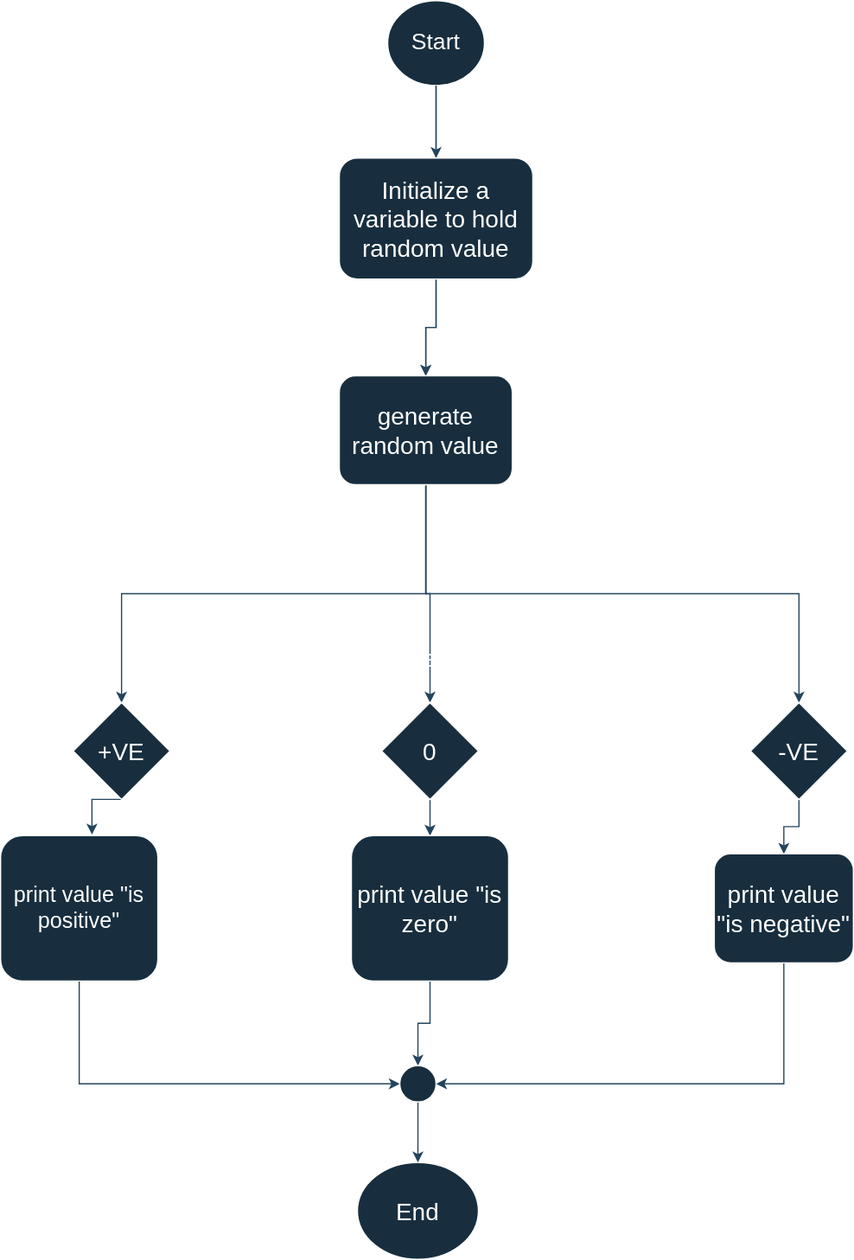
The draw.io diagram 0x01-variables_if_else_while/0-positive_or_negative.drawio.svg in demyMichaels/C-low_level_programming, before a commit. Source tidied: cells renumbered, new cells last; positions are measured from the earlier drawing's top-left corner, leaving out a move shared by most shapes.
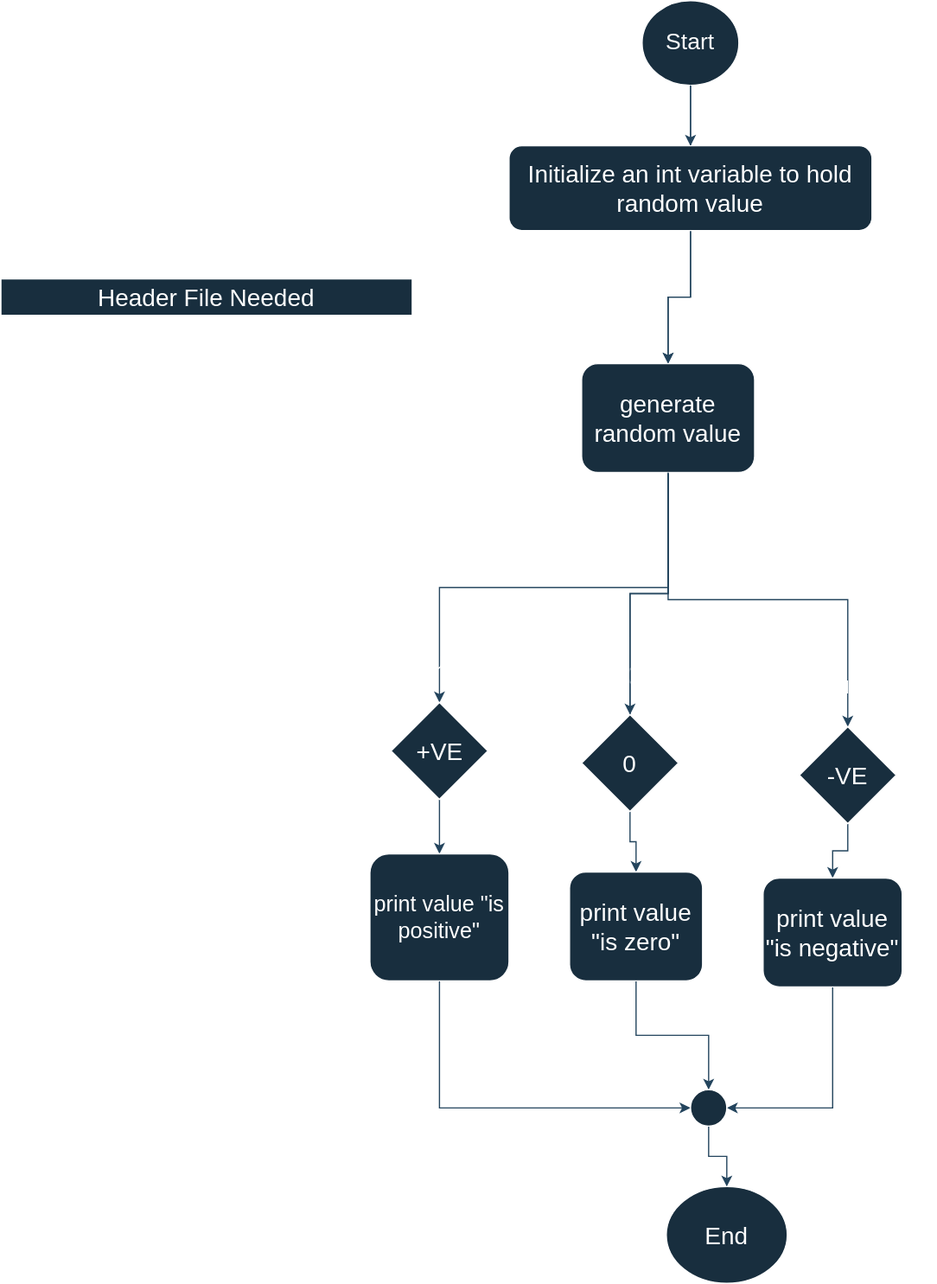
After the change.

Diff of the diagram source:
```diff
@@ -9,38 +9,35 @@
       <mxGeometry relative="1" as="geometry" />
     </mxCell>
     <mxCell id="4" value="Start" style="ellipse;whiteSpace=wrap;html=1;labelBackgroundColor=none;fillColor=#182E3E;strokeColor=#FFFFFF;fontColor=#FFFFFF;fontSize=19;" parent="1" vertex="1">
-      <mxGeometry x="320" width="80" height="70" as="geometry" />
+      <mxGeometry x="490" y="-20" width="80" height="70" as="geometry" />
     </mxCell>
     <mxCell id="5" value="End" style="ellipse;whiteSpace=wrap;html=1;labelBackgroundColor=none;fillColor=#182E3E;strokeColor=#FFFFFF;fontColor=#FFFFFF;fontSize=20;" parent="1" vertex="1">
-      <mxGeometry x="295" y="960" width="100" height="80" as="geometry" />
+      <mxGeometry x="510" y="960" width="100" height="80" as="geometry" />
     </mxCell>
     <mxCell id="6" style="edgeStyle=orthogonalEdgeStyle;rounded=0;jettySize=auto;html=1;exitX=0.5;exitY=1;exitDx=0;exitDy=0;entryX=0.5;entryY=0;entryDx=0;entryDy=0;labelBackgroundColor=none;strokeColor=#23445D;fontColor=default;" parent="1" edge="1" source="26" target="10">
       <mxGeometry relative="1" as="geometry" />
     </mxCell>
-    <mxCell id="7" style="edgeStyle=orthogonalEdgeStyle;rounded=0;jettySize=auto;html=1;exitX=0.5;exitY=1;exitDx=0;exitDy=0;entryX=0.5;entryY=0;entryDx=0;entryDy=0;labelBackgroundColor=none;strokeColor=#23445D;fontColor=default;" parent="1" edge="1" source="10" target="12">
-      <mxGeometry relative="1" as="geometry" />
-    </mxCell>
     <mxCell id="8" style="edgeStyle=orthogonalEdgeStyle;rounded=0;jettySize=auto;html=1;exitX=0.5;exitY=1;exitDx=0;exitDy=0;labelBackgroundColor=none;strokeColor=#23445D;fontColor=default;" parent="1" edge="1" source="10" target="14">
       <mxGeometry relative="1" as="geometry" />
     </mxCell>
     <mxCell id="9" style="edgeStyle=orthogonalEdgeStyle;rounded=0;jettySize=auto;html=1;exitX=0.5;exitY=1;exitDx=0;exitDy=0;entryX=0.5;entryY=0;entryDx=0;entryDy=0;labelBackgroundColor=none;strokeColor=#23445D;fontColor=default;" parent="1" edge="1" source="10" target="16">
       <mxGeometry relative="1" as="geometry" />
     </mxCell>
+    <mxCell id="7" style="edgeStyle=orthogonalEdgeStyle;rounded=0;jettySize=auto;html=1;exitX=0.5;exitY=1;exitDx=0;exitDy=0;entryX=0;entryY=0.5;entryDx=0;entryDy=0;strokeColor=#23445D;fontSize=20;" parent="1" edge="1" source="10" target="12">
+      <mxGeometry relative="1" as="geometry" />
+    </mxCell>
     <mxCell id="10" value="generate random value" style="rounded=1;whiteSpace=wrap;html=1;labelBackgroundColor=none;fillColor=#182E3E;strokeColor=#FFFFFF;fontColor=#FFFFFF;fontSize=20;" parent="1" vertex="1">
-      <mxGeometry x="280" y="310" width="143" height="90" as="geometry" />
+      <mxGeometry x="440" y="280" width="143" height="90" as="geometry" />
     </mxCell>
-    <mxCell id="11" style="edgeStyle=orthogonalEdgeStyle;rounded=0;jettySize=auto;html=1;exitX=0.5;exitY=1;exitDx=0;exitDy=0;entryX=0.581;entryY=-0.008;entryDx=0;entryDy=0;entryPerimeter=0;labelBackgroundColor=none;strokeColor=#23445D;fontColor=default;fontSize=20;" parent="1" edge="1" source="12" target="18">
+    <mxCell id="11" style="edgeStyle=orthogonalEdgeStyle;rounded=0;jettySize=auto;html=1;exitX=1;exitY=0.5;exitDx=0;exitDy=0;entryX=0.5;entryY=0;entryDx=0;entryDy=0;strokeColor=#23445D;fontSize=20;" parent="1" edge="1" source="12" target="18">
       <mxGeometry relative="1" as="geometry" />
     </mxCell>
-    <mxCell id="12" value="+VE" style="rhombus;whiteSpace=wrap;html=1;fillColor=#182E3E;strokeColor=#FFFFFF;labelBackgroundColor=none;fontColor=#FFFFFF;fontSize=20;" parent="1" vertex="1">
-      <mxGeometry x="60" y="580" width="80" height="80" as="geometry" />
+    <mxCell id="12" value="+VE" style="rhombus;whiteSpace=wrap;html=1;fillColor=#182E3E;strokeColor=#FFFFFF;labelBackgroundColor=none;fontColor=#FFFFFF;fontSize=20;direction=south;" parent="1" vertex="1">
+      <mxGeometry x="282.5" y="560" width="80" height="80" as="geometry" />
     </mxCell>
     <mxCell id="13" style="edgeStyle=orthogonalEdgeStyle;rounded=0;jettySize=auto;html=1;exitX=0.5;exitY=1;exitDx=0;exitDy=0;entryX=0.5;entryY=0;entryDx=0;entryDy=0;labelBackgroundColor=none;strokeColor=#23445D;fontColor=default;fontSize=20;" parent="1" edge="1" source="14" target="20">
       <mxGeometry relative="1" as="geometry" />
     </mxCell>
-    <mxCell id="14" value="0" style="rhombus;whiteSpace=wrap;html=1;fillColor=#182E3E;strokeColor=#FFFFFF;labelBackgroundColor=none;fontColor=#FFFFFF;fontSize=20;" parent="1" vertex="1">
-      <mxGeometry x="315" y="580" width="80" height="80" as="geometry" />
-    </mxCell>
     <mxCell id="15" style="edgeStyle=orthogonalEdgeStyle;rounded=0;jettySize=auto;html=1;exitX=0.5;exitY=1;exitDx=0;exitDy=0;labelBackgroundColor=none;strokeColor=#23445D;fontColor=default;fontSize=20;" parent="1" edge="1" source="16" target="22">
       <mxGeometry relative="1" as="geometry" />
     </mxCell>
@@ -51,13 +48,13 @@
       <mxGeometry relative="1" as="geometry" />
     </mxCell>
     <mxCell id="18" value="print value &quot;is positive&quot;" style="rounded=1;whiteSpace=wrap;html=1;fontSize=18;labelBackgroundColor=none;fillColor=#182E3E;strokeColor=#FFFFFF;fontColor=#FFFFFF;" parent="1" vertex="1">
-      <mxGeometry y="690" width="130" height="120" as="geometry" />
+      <mxGeometry x="265" y="685" width="115" height="105" as="geometry" />
     </mxCell>
     <mxCell id="19" style="edgeStyle=orthogonalEdgeStyle;rounded=0;jettySize=auto;html=1;exitX=0.5;exitY=1;exitDx=0;exitDy=0;entryX=0.5;entryY=0;entryDx=0;entryDy=0;labelBackgroundColor=none;strokeColor=#23445D;fontColor=default;" parent="1" edge="1" source="20" target="24">
       <mxGeometry relative="1" as="geometry" />
     </mxCell>
     <mxCell id="20" value="print value &quot;is zero&quot;" style="rounded=1;whiteSpace=wrap;html=1;labelBackgroundColor=none;fillColor=#182E3E;strokeColor=#FFFFFF;fontColor=#FFFFFF;fontSize=20;" parent="1" vertex="1">
-      <mxGeometry x="290" y="690" width="130" height="120" as="geometry" />
+      <mxGeometry x="430" y="700" width="110" height="90" as="geometry" />
     </mxCell>
     <mxCell id="21" style="edgeStyle=orthogonalEdgeStyle;rounded=0;jettySize=auto;html=1;exitX=0.5;exitY=1;exitDx=0;exitDy=0;entryX=1;entryY=0.5;entryDx=0;entryDy=0;labelBackgroundColor=none;strokeColor=#23445D;fontColor=default;" parent="1" edge="1" source="22" target="24">
       <mxGeometry relative="1" as="geometry" />
@@ -69,22 +66,37 @@
       <mxGeometry relative="1" as="geometry" />
     </mxCell>
     <mxCell id="24" style="ellipse;whiteSpace=wrap;html=1;labelBackgroundColor=none;fillColor=#182E3E;strokeColor=#FFFFFF;fontColor=#FFFFFF;" parent="1" vertex="1">
-      <mxGeometry x="330" y="880" width="30" height="30" as="geometry" />
+      <mxGeometry x="530" y="880" width="30" height="30" as="geometry" />
     </mxCell>
     <mxCell id="25" style="edgeStyle=orthogonalEdgeStyle;rounded=0;jettySize=auto;html=1;endArrow=none;labelBackgroundColor=none;strokeColor=#23445D;fontColor=default;" parent="1" edge="1" source="4" target="26">
       <mxGeometry relative="1" as="geometry" />
     </mxCell>
-    <mxCell id="26" value="Initialize a variable to hold random value" style="rounded=1;whiteSpace=wrap;html=1;labelBackgroundColor=none;fillColor=#182E3E;strokeColor=#FFFFFF;fontColor=#FFFFFF;fontSize=20;" parent="1" vertex="1">
-      <mxGeometry x="280" y="130" width="160" height="100" as="geometry" />
+    <mxCell id="26" value="Initialize an int variable to hold random value" style="rounded=1;whiteSpace=wrap;html=1;labelBackgroundColor=none;fillColor=#182E3E;strokeColor=#FFFFFF;fontColor=#FFFFFF;fontSize=20;" parent="1" vertex="1">
+      <mxGeometry x="380" y="100" width="300" height="70" as="geometry" />
     </mxCell>
     <mxCell id="27" value="If value &amp;gt; 0&lt;br&gt;" style="text;html=1;strokeColor=none;fillColor=none;align=center;verticalAlign=middle;whiteSpace=wrap;rounded=0;fontSize=20;fontColor=#FFFFFF;" parent="1" vertex="1">
-      <mxGeometry x="40" y="450" width="150" height="30" as="geometry" />
+      <mxGeometry x="247.5" y="510" width="150" height="30" as="geometry" />
     </mxCell>
     <mxCell id="28" value="If value &amp;lt; 0" style="text;html=1;strokeColor=none;fillColor=none;align=center;verticalAlign=middle;whiteSpace=wrap;rounded=0;fontSize=20;fontColor=#FFFFFF;" parent="1" vertex="1">
-      <mxGeometry x="500" y="450" width="150" height="30" as="geometry" />
+      <mxGeometry x="583" y="530" width="150" height="30" as="geometry" />
     </mxCell>
     <mxCell id="29" value="If value =&lt;br&gt;&amp;nbsp;0" style="text;html=1;strokeColor=none;fillColor=none;align=center;verticalAlign=middle;whiteSpace=wrap;rounded=0;fontSize=20;fontColor=#FFFFFF;" parent="1" vertex="1">
-      <mxGeometry x="290" y="540" width="150" height="30" as="geometry" />
+      <mxGeometry x="405" y="510" width="150" height="30" as="geometry" />
     </mxCell>
+    <mxCell id="30" style="edgeStyle=orthogonalEdgeStyle;rounded=0;jettySize=auto;html=1;exitX=0.5;exitY=1;exitDx=0;exitDy=0;entryX=0.5;entryY=0;entryDx=0;entryDy=0;labelBackgroundColor=none;strokeColor=#23445D;fontColor=default;endArrow=none;" parent="1" edge="1" source="10" target="14">
+      <mxGeometry relative="1" as="geometry" />
+    </mxCell>
+    <mxCell id="14" value="0" style="rhombus;whiteSpace=wrap;html=1;fillColor=#182E3E;strokeColor=#FFFFFF;labelBackgroundColor=none;fontColor=#FFFFFF;fontSize=20;" parent="1" vertex="1">
+      <mxGeometry x="440" y="570" width="80" height="80" as="geometry" />
+    </mxCell>
+    <mxCell id="31" value="Header File Needed" style="swimlane;fontStyle=0;horizontal=1;startSize=30;whiteSpace=wrap;html=1;strokeColor=#FFFFFF;fontSize=20;fontColor=#FFFFFF;fillColor=#182E3E;" parent="1" vertex="1">
+      <mxGeometry x="-40" y="210" width="340" height="210" as="geometry" />
+    </mxCell>
+    <mxCell id="32" value="&lt;font style=&quot;font-size: 12px;&quot;&gt;We need function to generate random numbers between a range of numbers. In C, standard library file (stdlib.h) serves this purpose with its rand() function and symbolic constant RAND_MAX which is 2147483647&lt;/font&gt;" style="text;strokeColor=none;fillColor=none;align=left;verticalAlign=middle;spacingLeft=4;spacingRight=4;overflow=hidden;whiteSpace=wrap;html=1;fontSize=20;fontColor=#FFFFFF;" parent="31" vertex="1">
+      <mxGeometry y="30" width="340" height="100" as="geometry" />
+    </mxCell>
+    <mxCell id="33" value="&lt;font style=&quot;font-size: 12px;&quot;&gt;To ensure the function produces a unique value with each iteration, we need the time library (time.h) with its srand() and time() function.&lt;/font&gt;" style="text;strokeColor=none;fillColor=none;align=left;verticalAlign=middle;spacingLeft=4;spacingRight=4;overflow=hidden;whiteSpace=wrap;html=1;fontSize=20;fontColor=#FFFFFF;" parent="31" vertex="1">
+      <mxGeometry y="130" width="340" height="80" as="geometry" />
+    </mxCell>
   </root>
 </mxGraphModel>
```
